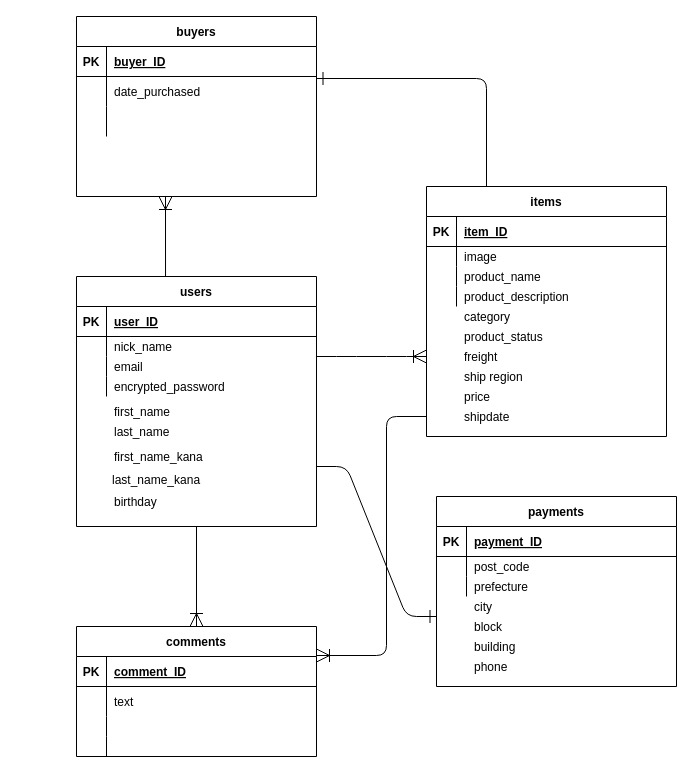
This is ER.dio from matsu006007/furima-33508, a draw.io file, before an edit. Source tidied: cells renumbered, new cells numbered last; positions are measured from the earlier drawing's top-left corner, leaving out a move shared by most shapes. Both pictures are drawn from the tidied source at 100%, with x=0, y=0 at pixel (76, 16).
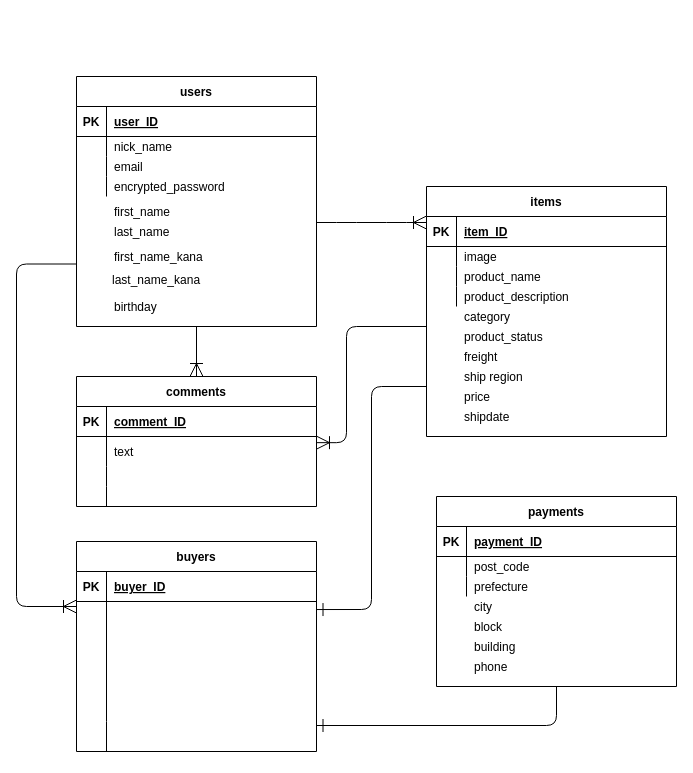
The same page after the edit.

Commit message (it also covers changes not shown here):
DB設計　修正②

Unchanged cells that the change refers to:
```xml
<mxCell id="20" value="items" style="shape=table;startSize=30;childLayout=tableLayout;rowLines=0;fontStyle=1;align=center;" parent="1" vertex="1">
  <mxGeometry x="350" y="170" width="240" height="250" as="geometry" />
</mxCell>
<mxCell id="40" style="shape=partialRectangle;fillColor=none;top=0;left=0;bottom=1;right=0;points=[[0,0.5],[1,0.5]];portConstraint=eastwest;" parent="39" vertex="1">
  <mxGeometry y="30" width="240" height="30" as="geometry" />
</mxCell>
<mxCell id="52" value="payments" style="shape=table;startSize=30;childLayout=tableLayout;rowLines=0;fontStyle=1;align=center;" parent="1" vertex="1">
  <mxGeometry x="360" y="480" width="240" height="190" as="geometry" />
</mxCell>
```

The edit, as a diff of the source:
```diff
@@
     <mxCell id="2" value="last_name_kana" style="text;strokeColor=none;fillColor=none;spacingLeft=4;spacingRight=4;overflow=hidden;fontSize=12;" parent="1" vertex="1">
-      <mxGeometry x="30" y="450" width="130" height="30" as="geometry" />
+      <mxGeometry x="30" y="250" width="130" height="30" as="geometry" />
     </mxCell>
     <mxCell id="3" value="users" style="shape=table;startSize=30;childLayout=tableLayout;rowLines=0;fontStyle=1;align=center;" parent="1" vertex="1">
-      <mxGeometry y="260" width="240" height="250" as="geometry" />
+      <mxGeometry y="60" width="240" height="250" as="geometry" />
     </mxCell>
@@
     <mxCell id="16" value="first_name" style="shape=partialRectangle;fillColor=none;top=0;left=0;bottom=0;right=0;align=left;spacingLeft=6;overflow=hidden;" parent="1" vertex="1">
-      <mxGeometry x="30" y="380" width="210" height="30" as="geometry" />
+      <mxGeometry x="30" y="180" width="210" height="30" as="geometry" />
     </mxCell>
     <mxCell id="17" value="last_name" style="shape=partialRectangle;fillColor=none;top=0;left=0;bottom=0;right=0;align=left;spacingLeft=6;overflow=hidden;" parent="1" vertex="1">
-      <mxGeometry x="30" y="400" width="210" height="30" as="geometry" />
+      <mxGeometry x="30" y="200" width="210" height="30" as="geometry" />
     </mxCell>
     <mxCell id="18" value="birthday" style="shape=partialRectangle;fillColor=none;top=0;left=0;bottom=0;right=0;align=left;spacingLeft=6;overflow=hidden;" parent="1" vertex="1">
-      <mxGeometry x="30" y="470" width="210" height="30" as="geometry" />
+      <mxGeometry x="30" y="275" width="210" height="30" as="geometry" />
     </mxCell>
     <mxCell id="19" value="first_name_kana" style="shape=partialRectangle;fillColor=none;top=0;left=0;bottom=0;right=0;align=left;spacingLeft=6;overflow=hidden;" parent="1" vertex="1">
-      <mxGeometry x="30" y="420" width="210" height="40" as="geometry" />
+      <mxGeometry x="30" y="220" width="210" height="40" as="geometry" />
     </mxCell>
@@
     <mxCell id="39" value="comments" style="shape=table;startSize=30;childLayout=tableLayout;rowLines=0;fontStyle=1;align=center;" parent="1" vertex="1">
-      <mxGeometry y="610" width="240" height="130" as="geometry" />
+      <mxGeometry y="360" width="240" height="130" as="geometry" />
     </mxCell>
@@
     <mxCell id="66" value="buyers" style="shape=table;startSize=30;childLayout=tableLayout;rowLines=0;fontStyle=1;align=center;" parent="1" vertex="1">
-      <mxGeometry width="240" height="180" as="geometry" />
+      <mxGeometry y="525" width="240" height="210" as="geometry" />
     </mxCell>
@@
     <mxCell id="70" style="shape=partialRectangle;fillColor=none;top=0;left=0;bottom=0;right=0;points=[[0,0.5],[1,0.5]];portConstraint=eastwest;" parent="66" vertex="1">
-      <mxGeometry y="60" width="240" height="30" as="geometry" />
+      <mxGeometry y="60" width="240" height="120" as="geometry" />
     </mxCell>
     <mxCell id="71" style="shape=partialRectangle;fillColor=none;top=0;left=0;bottom=0;right=0;overflow=hidden;" parent="70" vertex="1">
-      <mxGeometry width="30" height="30" as="geometry" />
+      <mxGeometry width="30" height="120" as="geometry" />
     </mxCell>
-    <mxCell id="72" value="date_purchased" style="shape=partialRectangle;fillColor=none;top=0;left=0;bottom=0;right=0;align=left;spacingLeft=6;overflow=hidden;" parent="70" vertex="1">
-      <mxGeometry x="30" width="210" height="30" as="geometry" />
+    <mxCell id="72" style="shape=partialRectangle;fillColor=none;top=0;left=0;bottom=0;right=0;align=left;spacingLeft=6;overflow=hidden;" parent="70" vertex="1">
+      <mxGeometry x="30" width="210" height="120" as="geometry" />
     </mxCell>
     <mxCell id="73" style="shape=partialRectangle;fillColor=none;top=0;left=0;bottom=0;right=0;" parent="66" vertex="1">
-      <mxGeometry y="90" width="240" height="30" as="geometry" />
+      <mxGeometry y="180" width="240" height="30" as="geometry" />
     </mxCell>
@@
-    <mxCell id="76" style="edgeStyle=entityRelationEdgeStyle;fontSize=12;html=1;endArrow=ERoneToMany;endSize=11;startSize=11;" parent="1" edge="1">
-      <mxGeometry relative="1" as="geometry">
-        <mxPoint x="240" y="340" as="sourcePoint" />
-        <mxPoint x="350" y="340" as="targetPoint" />
-      </mxGeometry>
-    </mxCell>
@@
-    <mxCell id="78" style="edgeStyle=entityRelationEdgeStyle;fontSize=12;html=1;endArrow=ERone;endFill=1;endSize=11;startSize=11;" parent="1" edge="1">
-      <mxGeometry relative="1" as="geometry">
-        <mxPoint x="240" y="450" as="sourcePoint" />
-        <mxPoint x="360" y="600" as="targetPoint" />
-      </mxGeometry>
-    </mxCell>
-    <mxCell id="79" style="fontSize=12;html=1;endArrow=ERoneToMany;endSize=11;startSize=11;edgeStyle=orthogonalEdgeStyle;" parent="1" edge="1">
-      <mxGeometry relative="1" as="geometry">
-        <mxPoint x="350" y="400" as="sourcePoint" />
-        <mxPoint x="240" y="639" as="targetPoint" />
-        <Array as="points">
-          <mxPoint x="310" y="400" />
-          <mxPoint x="310" y="639" />
-        </Array>
-      </mxGeometry>
-    </mxCell>
-    <mxCell id="80" style="fontSize=12;html=1;endArrow=ERoneToMany;exitX=0.371;exitY=0;exitDx=0;exitDy=0;exitPerimeter=0;endSize=11;startSize=11;" parent="1" edge="1" source="3">
-      <mxGeometry relative="1" as="geometry">
-        <mxPoint x="89" y="180" as="targetPoint" />
-      </mxGeometry>
-    </mxCell>
-    <mxCell id="81" style="edgeStyle=orthogonalEdgeStyle;fontSize=12;html=1;endArrow=ERone;endFill=1;exitX=0.25;exitY=0;exitDx=0;exitDy=0;entryX=1;entryY=0.067;entryDx=0;entryDy=0;entryPerimeter=0;endSize=11;startSize=11;" parent="1" edge="1" source="20" target="70">
-      <mxGeometry relative="1" as="geometry" />
+    <mxCell id="81" style="edgeStyle=orthogonalEdgeStyle;fontSize=12;html=1;endArrow=ERone;endFill=1;entryX=1;entryY=0.067;entryDx=0;entryDy=0;entryPerimeter=0;endSize=11;startSize=11;" parent="1" edge="1" target="70">
+      <mxGeometry relative="1" as="geometry">
+        <mxPoint x="350" y="370" as="sourcePoint" />
+        <Array as="points">
+          <mxPoint x="295" y="370" />
+          <mxPoint x="295" y="593" />
+        </Array>
+      </mxGeometry>
     </mxCell>
+    <mxCell id="82" style="edgeStyle=orthogonalEdgeStyle;fontSize=12;html=1;endArrow=ERone;endFill=1;endSize=11;startSize=11;exitX=0.5;exitY=1;exitDx=0;exitDy=0;" parent="1" edge="1" source="52">
+      <mxGeometry relative="1" as="geometry">
+        <mxPoint x="240" y="709" as="targetPoint" />
+        <Array as="points">
+          <mxPoint x="480" y="709" />
+        </Array>
+      </mxGeometry>
+    </mxCell>
+    <mxCell id="83" style="edgeStyle=entityRelationEdgeStyle;fontSize=12;html=1;endArrow=ERoneToMany;endSize=11;startSize=11;" parent="1" edge="1">
+      <mxGeometry relative="1" as="geometry">
+        <mxPoint x="240" y="206" as="sourcePoint" />
+        <mxPoint x="350" y="206" as="targetPoint" />
+      </mxGeometry>
+    </mxCell>
+    <mxCell id="84" style="edgeStyle=orthogonalEdgeStyle;fontSize=12;html=1;endArrow=ERoneToMany;exitX=0;exitY=0.75;exitDx=0;exitDy=0;endSize=11;startSize=11;" parent="1" edge="1" source="3">
+      <mxGeometry relative="1" as="geometry">
+        <mxPoint y="590" as="targetPoint" />
+        <Array as="points">
+          <mxPoint x="-60" y="248" />
+          <mxPoint x="-60" y="590" />
+          <mxPoint y="590" />
+        </Array>
+      </mxGeometry>
+    </mxCell>
+    <mxCell id="85" style="edgeStyle=orthogonalEdgeStyle;fontSize=12;html=1;endArrow=ERoneToMany;endSize=11;startSize=11;entryX=1;entryY=1.205;entryDx=0;entryDy=0;entryPerimeter=0;" parent="1" edge="1" target="40">
+      <mxGeometry relative="1" as="geometry">
+        <mxPoint x="350" y="310" as="sourcePoint" />
+        <Array as="points">
+          <mxPoint x="270" y="310" />
+          <mxPoint x="270" y="426" />
+        </Array>
+      </mxGeometry>
+    </mxCell>
```
